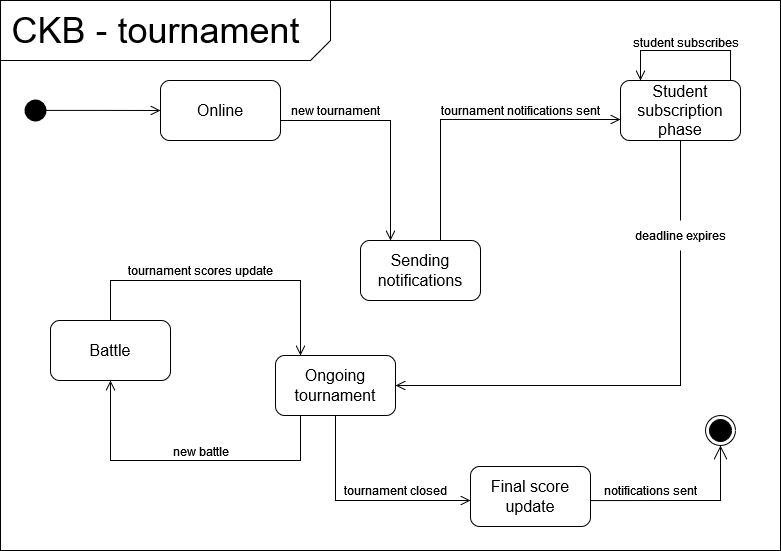
Before: RASD/src/state_diagrams/tournament_uml.png, a diagram exported from draw.io (manuu1311/CodeKataBattle). Source tidied: cells renumbered, new cells last; positions are measured from the earlier drawing's top-left corner, leaving out a move shared by most shapes.
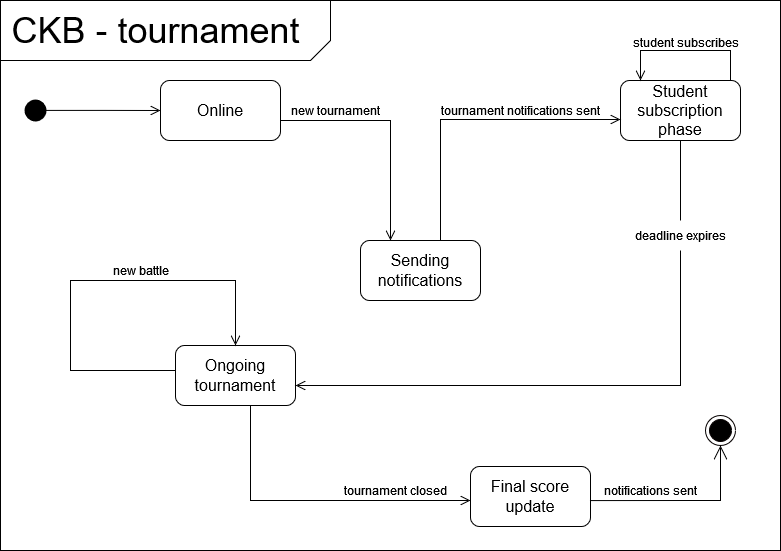
After the commit.

What changed in the source:
```diff
@@ -24,10 +24,10 @@
       <mxGeometry x="620" y="80" width="120" height="60" as="geometry" />
     </mxCell>
     <mxCell id="9" value="new battle" style="text;html=1;align=center;verticalAlign=middle;strokeColor=none;fillColor=none;" parent="1" vertex="1">
-      <mxGeometry x="160" y="436" width="80" height="30" as="geometry" />
+      <mxGeometry x="100" y="255" width="80" height="30" as="geometry" />
     </mxCell>
     <mxCell id="10" value="&lt;font style=&quot;font-size: 16px;&quot;&gt;Ongoing tournament&lt;br&gt;&lt;/font&gt;" style="rounded=1;whiteSpace=wrap;html=1;" parent="1" vertex="1">
-      <mxGeometry x="275" y="355" width="120" height="60" as="geometry" />
+      <mxGeometry x="175" y="345" width="120" height="60" as="geometry" />
     </mxCell>
     <mxCell id="11" value="tournament notifications sent" style="text;html=1;align=center;verticalAlign=middle;strokeColor=none;fillColor=none;" parent="1" vertex="1">
       <mxGeometry x="430" y="95" width="180" height="30" as="geometry" />
@@ -76,38 +76,25 @@
     <mxCell id="20" value="student subscribes" style="text;html=1;align=center;verticalAlign=middle;strokeColor=none;fillColor=none;" parent="1" vertex="1">
       <mxGeometry x="620" y="27" width="130" height="30" as="geometry" />
     </mxCell>
-    <mxCell id="21" value="&lt;font style=&quot;font-size: 16px;&quot;&gt;Battle&lt;/font&gt;" style="rounded=1;whiteSpace=wrap;html=1;" parent="1" vertex="1">
-      <mxGeometry x="50" y="320" width="120" height="60" as="geometry" />
-    </mxCell>
-    <mxCell id="22" style="edgeStyle=orthogonalEdgeStyle;html=1;verticalAlign=bottom;endArrow=open;endSize=8;strokeColor=#000000;rounded=0;" parent="1" edge="1" source="10" target="21">
+    <mxCell id="22" style="edgeStyle=orthogonalEdgeStyle;html=1;verticalAlign=bottom;endArrow=open;endSize=8;strokeColor=#000000;rounded=0;" parent="1" edge="1" source="10" target="10">
       <mxGeometry relative="1" as="geometry">
         <Array as="points">
-          <mxPoint x="300" y="460" />
-          <mxPoint x="110" y="460" />
+          <mxPoint x="70" y="370" />
+          <mxPoint x="70" y="280" />
+          <mxPoint x="235" y="280" />
         </Array>
       </mxGeometry>
     </mxCell>
-    <mxCell id="23" value="tournament scores update" style="text;html=1;align=center;verticalAlign=middle;strokeColor=none;fillColor=none;" parent="1" vertex="1">
-      <mxGeometry x="115" y="255" width="170" height="30" as="geometry" />
-    </mxCell>
     <mxCell id="24" value="tournament closed" style="text;html=1;align=center;verticalAlign=middle;strokeColor=none;fillColor=none;" parent="1" vertex="1">
       <mxGeometry x="330" y="475" width="130" height="30" as="geometry" />
     </mxCell>
     <mxCell id="25" style="edgeStyle=orthogonalEdgeStyle;html=1;verticalAlign=bottom;endArrow=open;endSize=8;strokeColor=#000000;rounded=0;" parent="1" edge="1" source="10" target="27">
       <mxGeometry relative="1" as="geometry">
         <Array as="points">
-          <mxPoint x="335" y="500" />
+          <mxPoint x="250" y="500" />
         </Array>
       </mxGeometry>
     </mxCell>
-    <mxCell id="26" style="edgeStyle=orthogonalEdgeStyle;html=1;verticalAlign=bottom;endArrow=open;endSize=8;strokeColor=#000000;rounded=0;" parent="1" edge="1" source="21" target="10">
-      <mxGeometry relative="1" as="geometry">
-        <Array as="points">
-          <mxPoint x="110" y="280" />
-          <mxPoint x="300" y="280" />
-        </Array>
-      </mxGeometry>
-    </mxCell>
     <mxCell id="27" value="&lt;font style=&quot;font-size: 16px;&quot;&gt;Final score update&lt;br&gt;&lt;/font&gt;" style="rounded=1;whiteSpace=wrap;html=1;" parent="1" vertex="1">
       <mxGeometry x="470" y="466" width="120" height="60" as="geometry" />
     </mxCell>
```
